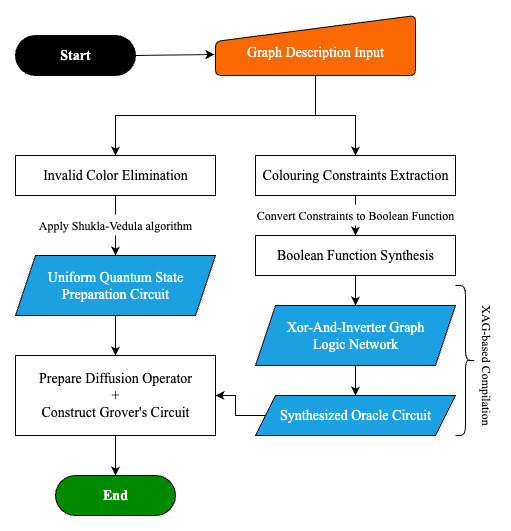
The draw.io diagram docs/vcgc_workflow.png in TheBarzani/logique, before a commit. Source tidied: cells renumbered, new cells last; positions are measured from the earlier drawing's top-left corner, leaving out a move shared by most shapes.
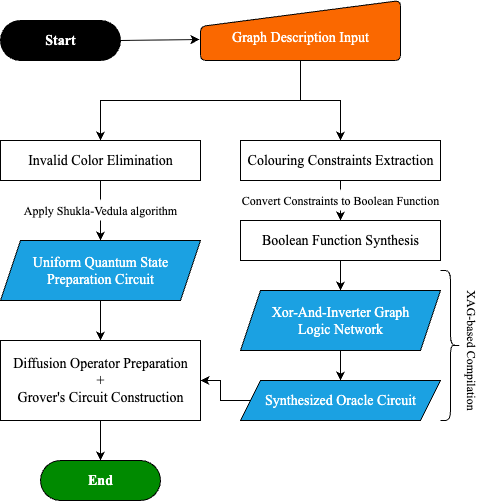
The same diagram one commit later.

Commit message:
Update the diffusion operator structure and refactor boolean.py

The edit, as a diff of the source:
```diff
@@ -73,7 +73,7 @@
     <mxCell id="21" style="edgeStyle=orthogonalEdgeStyle;rounded=0;jettySize=auto;html=1;exitX=0.5;exitY=1;exitDx=0;exitDy=0;" parent="2" edge="1" source="22" target="4">
       <mxGeometry relative="1" as="geometry" />
     </mxCell>
-    <mxCell id="22" value="&lt;font style=&quot;font-size: 14px;&quot; face=&quot;Times New Roman&quot;&gt;Prepare Diffusion Operator&lt;/font&gt;&lt;div&gt;&lt;font style=&quot;font-size: 14px;&quot; face=&quot;Times New Roman&quot;&gt;+&lt;/font&gt;&lt;/div&gt;&lt;div&gt;&lt;font style=&quot;font-size: 14px;&quot; face=&quot;Times New Roman&quot;&gt;Construct Grover's Circuit&lt;/font&gt;&lt;/div&gt;" style="rounded=0;whiteSpace=wrap;html=1;" parent="2" vertex="1">
+    <mxCell id="22" value="&lt;font style=&quot;font-size: 14px;&quot; face=&quot;Times New Roman&quot;&gt;Diffusion Operator Preparation&lt;/font&gt;&lt;div&gt;&lt;font style=&quot;font-size: 14px;&quot; face=&quot;Times New Roman&quot;&gt;+&lt;/font&gt;&lt;/div&gt;&lt;div&gt;&lt;font style=&quot;font-size: 14px;&quot; face=&quot;Times New Roman&quot;&gt;Grover's Circuit Construction&lt;/font&gt;&lt;/div&gt;" style="rounded=0;whiteSpace=wrap;html=1;" parent="2" vertex="1">
       <mxGeometry y="340" width="200" height="80" as="geometry" />
     </mxCell>
     <mxCell id="23" style="endArrow=classic;html=1;rounded=0;exitX=1;exitY=0.5;exitDx=0;exitDy=0;exitPerimeter=0;entryX=-0.005;entryY=0.65;entryDx=0;entryDy=0;entryPerimeter=0;" parent="2" edge="1" source="3" target="5">
```
